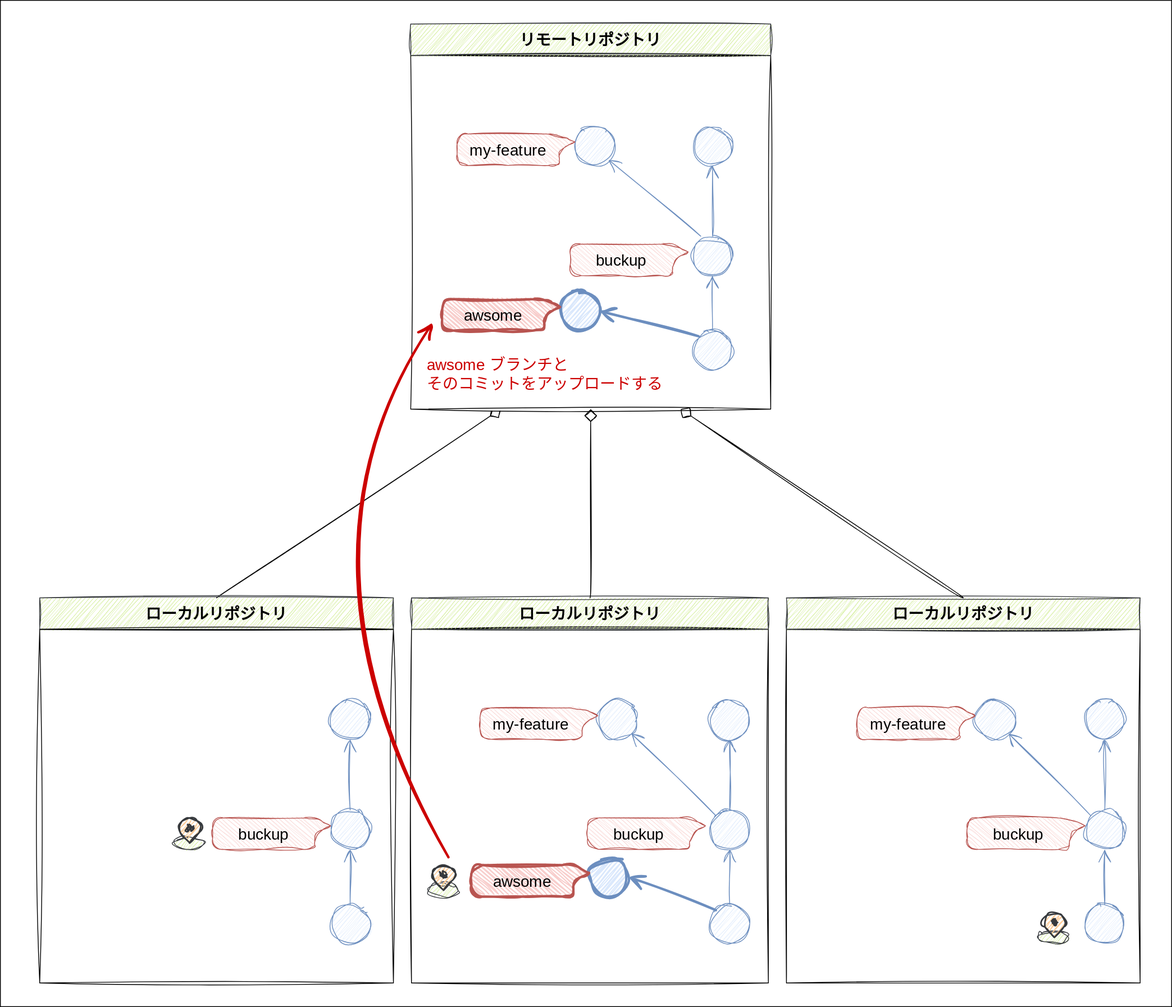
Above: doc/image/introducion/remote-upload.drawio.svg in kazurego7/fit (draw.io), before the change. Source tidied: cells renumbered, new cells last; positions are measured from the earlier drawing's top-left corner, leaving out a move shared by most shapes.
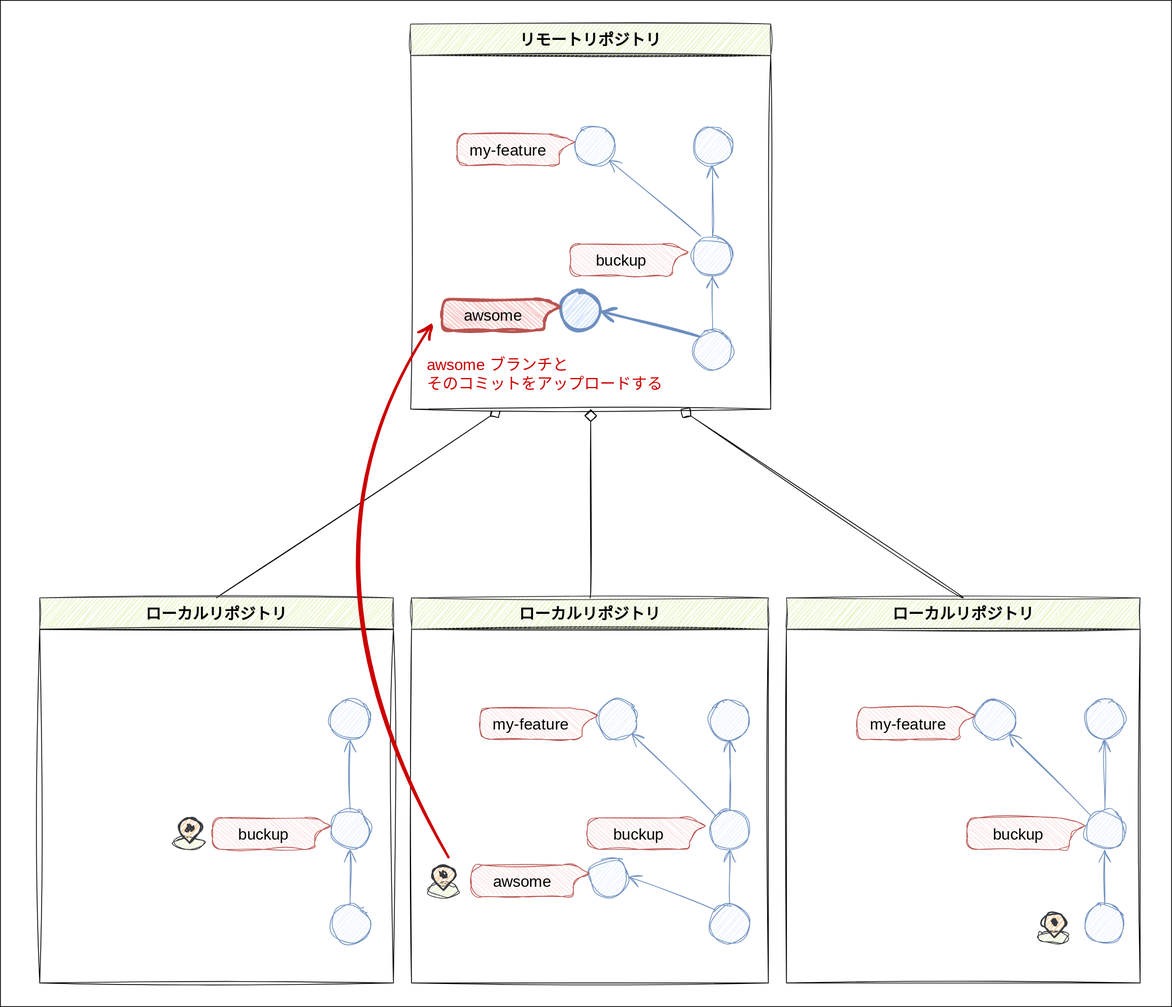
Later version of the same file.

Commit message:
introduction の採番と画像の修正

Diff of the diagram source:
```diff
@@ -50,10 +50,10 @@
     <mxCell id="17" style="sketch=1;hachureGap=4;jiggle=2;curveFitting=1;jettySize=auto;html=1;entryX=0.5;entryY=1;entryDx=0;entryDy=0;fontFamily=Architects Daughter;fontSource=https%3A%2F%2Ffonts.googleapis.com%2Fcss%3Ffamily%3DArchitects%2BDaughter;fontSize=16;endArrow=open;startSize=14;endSize=14;sourcePerimeterSpacing=8;targetPerimeterSpacing=8;fillColor=#dae8fc;strokeColor=#6c8ebf;rounded=1;strokeWidth=1;jumpSize=5;jumpStyle=none;exitX=0.5;exitY=0;exitDx=0;exitDy=0;" parent="1" edge="1" source="26" target="16">
       <mxGeometry relative="1" as="geometry" />
     </mxCell>
-    <mxCell id="18" style="sketch=1;hachureGap=4;jiggle=2;curveFitting=1;jettySize=auto;html=1;entryX=1;entryY=0.5;entryDx=0;entryDy=0;fontFamily=Architects Daughter;fontSource=https%3A%2F%2Ffonts.googleapis.com%2Fcss%3Ffamily%3DArchitects%2BDaughter;fontSize=16;endArrow=open;startSize=14;endSize=14;sourcePerimeterSpacing=8;targetPerimeterSpacing=8;fillColor=#dae8fc;strokeColor=#6c8ebf;rounded=1;strokeWidth=3;jumpSize=5;jumpStyle=none;exitX=0;exitY=0;exitDx=0;exitDy=0;" parent="1" edge="1" source="26" target="19">
+    <mxCell id="18" style="sketch=1;hachureGap=4;jiggle=2;curveFitting=1;jettySize=auto;html=1;entryX=1;entryY=0.5;entryDx=0;entryDy=0;fontFamily=Architects Daughter;fontSource=https%3A%2F%2Ffonts.googleapis.com%2Fcss%3Ffamily%3DArchitects%2BDaughter;fontSize=16;endArrow=open;startSize=14;endSize=14;sourcePerimeterSpacing=8;targetPerimeterSpacing=8;fillColor=#dae8fc;strokeColor=#6c8ebf;rounded=1;strokeWidth=1;jumpSize=5;jumpStyle=none;exitX=0;exitY=0;exitDx=0;exitDy=0;" parent="1" edge="1" source="26" target="19">
       <mxGeometry relative="1" as="geometry" />
     </mxCell>
-    <mxCell id="19" style="ellipse;whiteSpace=wrap;html=1;hachureGap=4;fontFamily=Architects Daughter;fontSource=https%3A%2F%2Ffonts.googleapis.com%2Fcss%3Ffamily%3DArchitects%2BDaughter;fontSize=20;fillColor=#dae8fc;strokeColor=#6c8ebf;shadow=0;sketch=1;curveFitting=1;jiggle=2;strokeWidth=3;" parent="1" vertex="1">
+    <mxCell id="19" style="ellipse;whiteSpace=wrap;html=1;hachureGap=4;fontFamily=Architects Daughter;fontSource=https%3A%2F%2Ffonts.googleapis.com%2Fcss%3Ffamily%3DArchitects%2BDaughter;fontSize=20;fillColor=#dae8fc;strokeColor=#6c8ebf;shadow=0;sketch=1;curveFitting=1;jiggle=2;strokeWidth=1;" parent="1" vertex="1">
       <mxGeometry x="749" y="1090" width="50" height="50" as="geometry" />
     </mxCell>
     <mxCell id="20" style="group;" parent="1" vertex="1">
@@ -65,7 +65,7 @@
     <mxCell id="22" style="html=1;verticalLabelPosition=bottom;align=center;labelBackgroundColor=#ffffff;verticalAlign=top;strokeWidth=2;strokeColor=#36393d;shadow=0;dashed=0;shape=mxgraph.ios7.icons.location;sketch=1;hachureGap=4;jiggle=2;curveFitting=1;fontFamily=Architects Daughter;fontSource=https%3A%2F%2Ffonts.googleapis.com%2Fcss%3Ffamily%3DArchitects%2BDaughter;fontSize=20;fillColor=#ffcc99;gradientColor=none;" parent="20" vertex="1">
       <mxGeometry x="4.8" width="32" height="32" as="geometry" />
     </mxCell>
-    <mxCell id="23" value="awsome" style="shape=callout;whiteSpace=wrap;html=1;perimeter=calloutPerimeter;rounded=1;shadow=0;glass=0;sketch=1;hachureGap=4;jiggle=2;curveFitting=1;strokeColor=#b85450;strokeWidth=3;fontFamily=Architects Daughter;fontSource=https%3A%2F%2Ffonts.googleapis.com%2Fcss%3Ffamily%3DArchitects%2BDaughter;fontSize=20;fillColor=#f8cecc;size=20;position=0.5;position2=0.75;base=40;arcSize=28;direction=north;" parent="1" vertex="1">
+    <mxCell id="23" value="awsome" style="shape=callout;whiteSpace=wrap;html=1;perimeter=calloutPerimeter;rounded=1;shadow=0;glass=0;sketch=1;hachureGap=4;jiggle=2;curveFitting=1;strokeColor=#b85450;strokeWidth=1;fontFamily=Architects Daughter;fontSource=https%3A%2F%2Ffonts.googleapis.com%2Fcss%3Ffamily%3DArchitects%2BDaughter;fontSize=20;fillColor=#f8cecc;size=20;position=0.5;position2=0.75;base=40;arcSize=28;direction=north;" parent="1" vertex="1">
       <mxGeometry x="599" y="1100" width="150" height="40" as="geometry" />
     </mxCell>
     <mxCell id="24" style="ellipse;whiteSpace=wrap;html=1;hachureGap=4;fontFamily=Architects Daughter;fontSource=https%3A%2F%2Ffonts.googleapis.com%2Fcss%3Ffamily%3DArchitects%2BDaughter;fontSize=20;fillColor=#dae8fc;strokeColor=#6c8ebf;shadow=0;sketch=1;curveFitting=1;jiggle=2;" parent="1" vertex="1">
```
